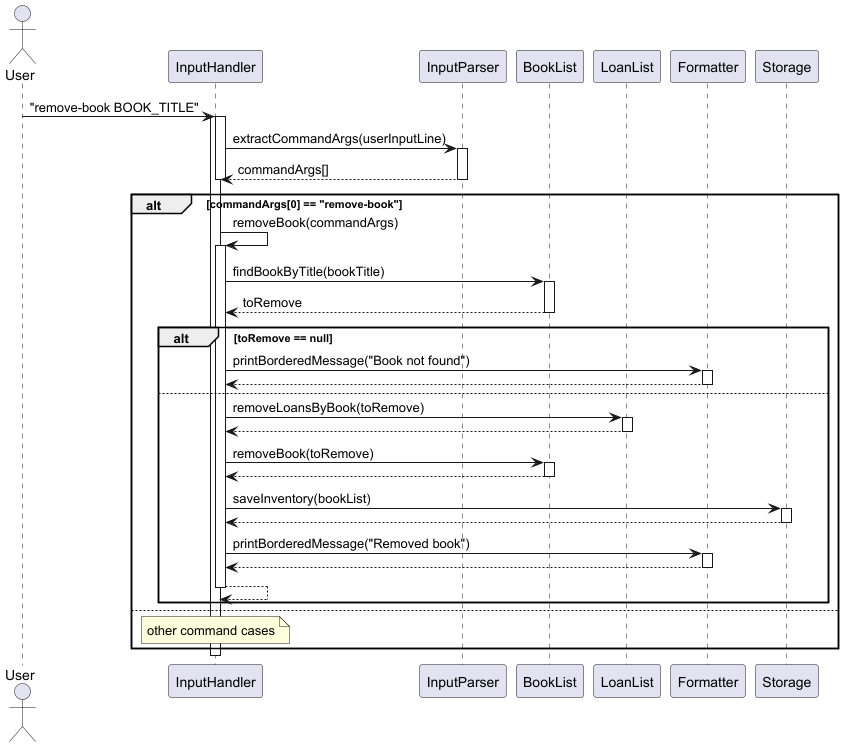
Before: docs/images/removeBook.png, a diagram exported from PlantUML (AY2425S2-CS2113-T12-2/tp).
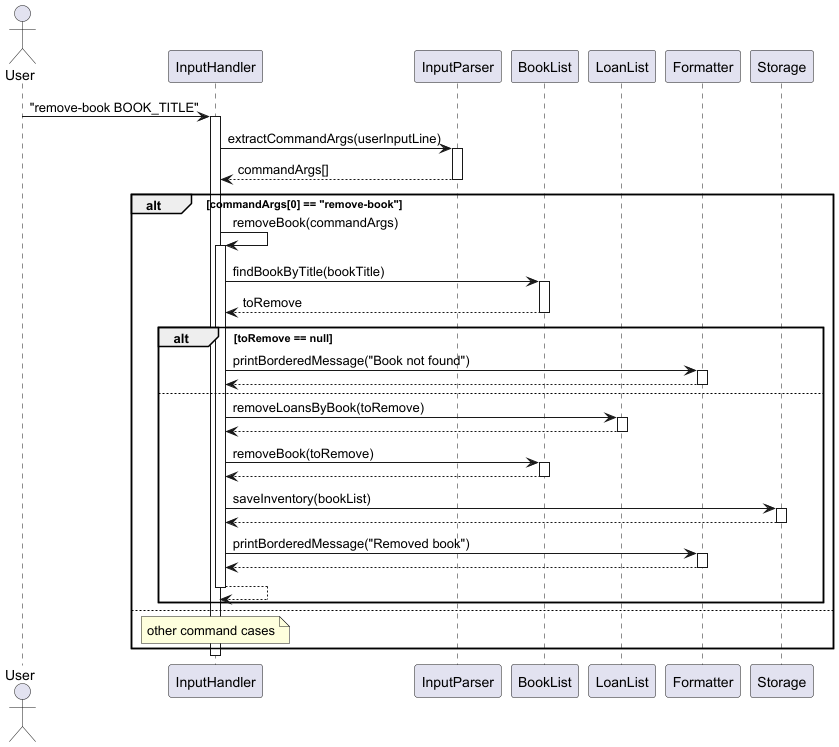
After the commit.

The edit, as a diff of the source:
```diff
@@ -9,11 +9,10 @@
 
 User -> InputHandler: "remove-book BOOK_TITLE"
 activate InputHandler
-    activate InputHandler
+
     InputHandler -> InputParser: extractCommandArgs(userInputLine)
     activate InputParser
     InputParser --> InputHandler: commandArgs[]
-    deactivate InputHandler
     deactivate InputParser
     alt commandArgs[0] == "remove-book"
         InputHandler -> InputHandler: removeBook(commandArgs)
```
